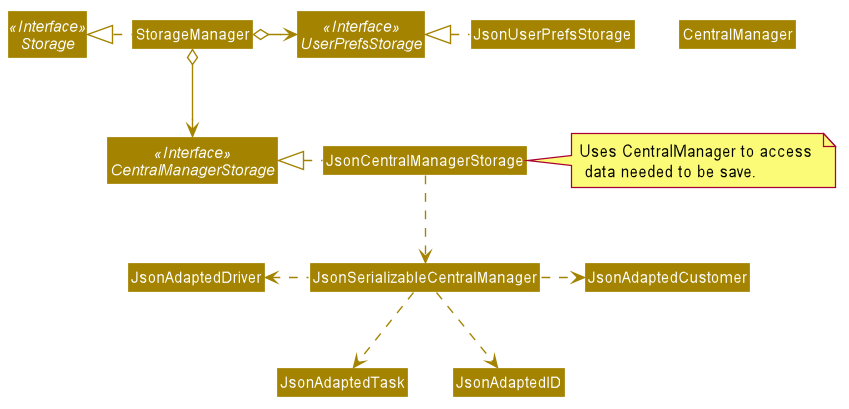
The PlantUML diagram docs/images/StorageClassDiagram.png in nus-cs2103-AY1920S1/addressbook-level3, before a commit.
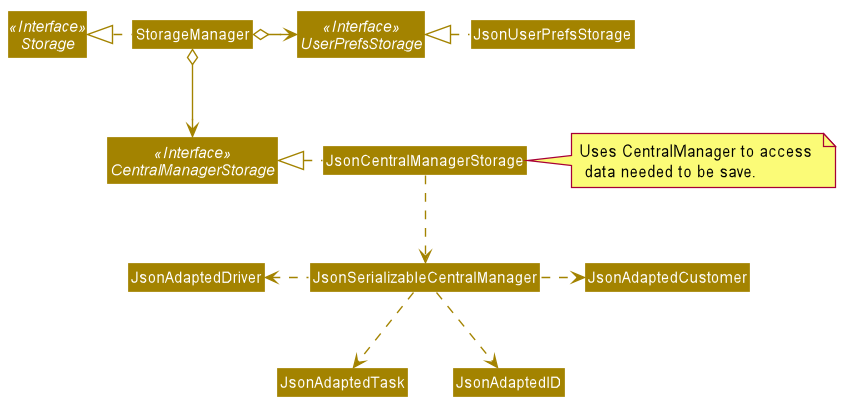
The same file after the commit.

Diff of the diagram source:
```diff
@@ -1,4 +1,5 @@
 @startuml
+
 
 
 
@@ -19,6 +20,7 @@
     FontName Arial
 }
 
+
 skinparam Actor {
     BorderColor #000000
     Color #000000
@@ -32,6 +34,7 @@
     BoxFontColor #FFFFFF
     FontName Arial
 }
+
 
 skinparam Participant {
     FontColor #FFFFFFF
@@ -58,7 +61,6 @@
 Class StorageManager
 Class JsonUserPrefsStorage
 Class JsonCentralManagerStorage
-Class CentralManager
 
 StorageManager .left.|> Storage
 StorageManager o-right-> UserPrefsStorage
```
